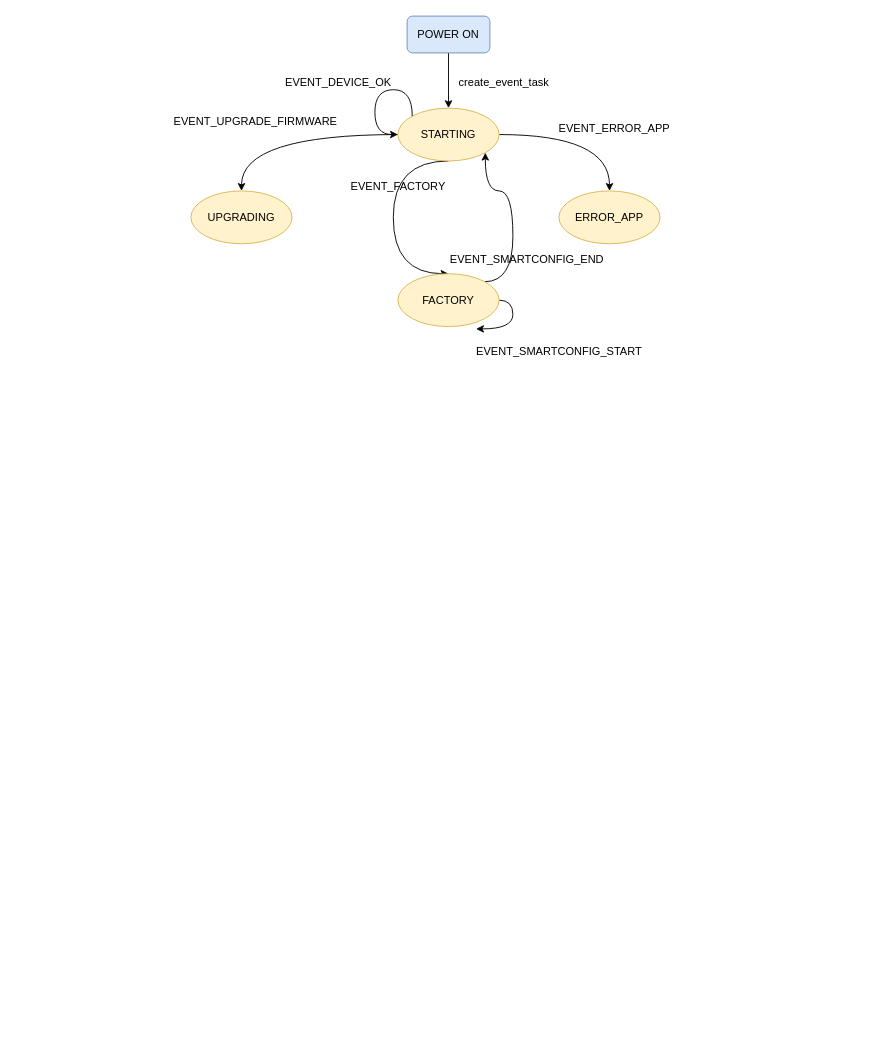
Before: page "DIAGRAMA DE ESTADOS" (2 of 2) of flujo_aplicacion.drawio in r126401/IotOnOff, a draw.io diagram. Source tidied: cells renumbered, new cells numbered last; positions are measured from the earlier drawing's top-left corner, leaving out a move shared by most shapes. Both pictures are drawn from the tidied source at 92%, with x=0, y=0 at pixel (163, 16).
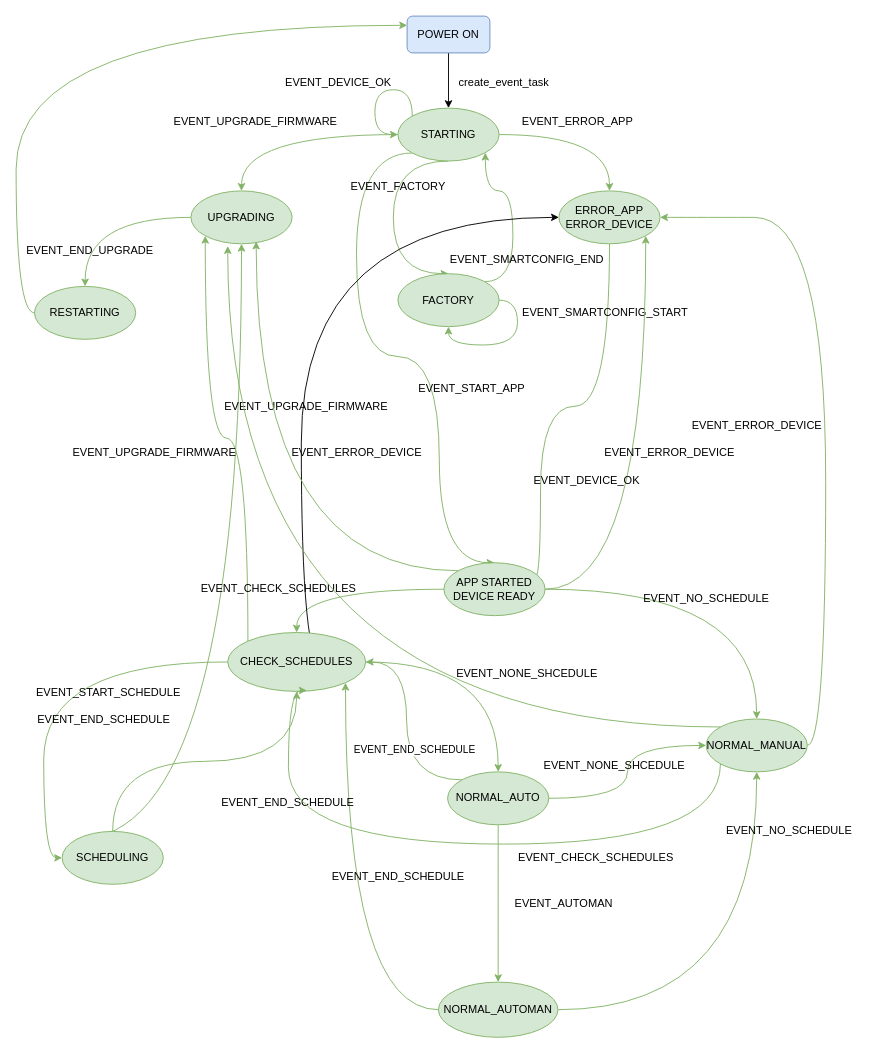
The same diagram, later.

The change refers to these unchanged cells:
```xml
<mxCell id="3" value="POWER ON" style="rounded=1;whiteSpace=wrap;html=1;fillColor=#dae8fc;strokeColor=#6c8ebf;" parent="1" vertex="1">
  <mxGeometry x="265" width="90" height="40" as="geometry" />
</mxCell>
```

What changed in the source:
```diff
@@
-    <mxCell id="4" style="edgeStyle=orthogonalEdgeStyle;rounded=0;jettySize=auto;html=1;exitX=1;exitY=0.5;exitDx=0;exitDy=0;curved=1;" parent="1" edge="1" source="7" target="8">
+    <mxCell id="4" style="edgeStyle=orthogonalEdgeStyle;rounded=0;jettySize=auto;html=1;exitX=1;exitY=0.5;exitDx=0;exitDy=0;curved=1;fillColor=#d5e8d4;strokeColor=#82b366;" parent="1" edge="1" source="7" target="8">
       <mxGeometry relative="1" as="geometry" />
     </mxCell>
-    <mxCell id="5" style="edgeStyle=orthogonalEdgeStyle;rounded=0;jettySize=auto;html=1;exitX=0;exitY=0.5;exitDx=0;exitDy=0;entryX=0.5;entryY=0;entryDx=0;entryDy=0;curved=1;" parent="1" edge="1" source="7" target="13">
+    <mxCell id="5" style="edgeStyle=orthogonalEdgeStyle;rounded=0;jettySize=auto;html=1;exitX=0;exitY=0.5;exitDx=0;exitDy=0;entryX=0.5;entryY=0;entryDx=0;entryDy=0;curved=1;fillColor=#d5e8d4;strokeColor=#82b366;" parent="1" edge="1" source="7" target="13">
       <mxGeometry relative="1" as="geometry" />
     </mxCell>
-    <mxCell id="6" style="edgeStyle=orthogonalEdgeStyle;rounded=0;jettySize=auto;html=1;exitX=0.5;exitY=1;exitDx=0;exitDy=0;entryX=0.5;entryY=0;entryDx=0;entryDy=0;curved=1;" parent="1" edge="1" source="7" target="17">
+    <mxCell id="6" style="edgeStyle=orthogonalEdgeStyle;rounded=0;jettySize=auto;html=1;exitX=0.5;exitY=1;exitDx=0;exitDy=0;entryX=0.5;entryY=0;entryDx=0;entryDy=0;curved=1;fillColor=#d5e8d4;strokeColor=#82b366;" parent="1" edge="1" source="7" target="17">
       <mxGeometry relative="1" as="geometry">
         <Array as="points">
           <mxPoint x="250" y="158" />
           <mxPoint x="250" y="280" />
         </Array>
       </mxGeometry>
     </mxCell>
+    <mxCell id="21" style="edgeStyle=orthogonalEdgeStyle;rounded=0;jettySize=auto;html=1;exitX=0;exitY=1;exitDx=0;exitDy=0;entryX=0.5;entryY=0;entryDx=0;entryDy=0;curved=1;fillColor=#d5e8d4;strokeColor=#82b366;" parent="1" edge="1" source="7" target="28">
+      <mxGeometry relative="1" as="geometry">
+        <Array as="points">
+          <mxPoint x="210" y="149" />
+          <mxPoint x="210" y="370" />
+          <mxPoint x="300" y="370" />
+        </Array>
+      </mxGeometry>
+    </mxCell>
-    <mxCell id="7" value="STARTING" style="ellipse;whiteSpace=wrap;html=1;fillColor=#fff2cc;strokeColor=#d6b656;" parent="1" vertex="1">
+    <mxCell id="7" value="STARTING" style="ellipse;whiteSpace=wrap;html=1;fillColor=#d5e8d4;strokeColor=#82b366;" parent="1" vertex="1">
       <mxGeometry x="255" y="100" width="110" height="57.5" as="geometry" />
     </mxCell>
+    <mxCell id="22" style="edgeStyle=orthogonalEdgeStyle;rounded=0;jettySize=auto;html=1;exitX=0.5;exitY=1;exitDx=0;exitDy=0;entryX=1;entryY=0;entryDx=0;entryDy=0;curved=1;fillColor=#d5e8d4;strokeColor=#82b366;" parent="1" edge="1" source="8" target="28">
+      <mxGeometry relative="1" as="geometry">
+        <Array as="points">
+          <mxPoint x="485" y="424" />
+          <mxPoint x="410" y="424" />
+          <mxPoint x="410" y="609" />
+        </Array>
+      </mxGeometry>
+    </mxCell>
-    <mxCell id="8" value="ERROR_APP" style="ellipse;whiteSpace=wrap;html=1;fillColor=#fff2cc;strokeColor=#d6b656;" parent="1" vertex="1">
+    <mxCell id="8" value="ERROR_APP&lt;div&gt;ERROR_DEVICE&lt;/div&gt;" style="ellipse;whiteSpace=wrap;html=1;fillColor=#d5e8d4;strokeColor=#82b366;" parent="1" vertex="1">
       <mxGeometry x="430" y="190" width="110" height="57.5" as="geometry" />
     </mxCell>
@@
     <mxCell id="10" value="EVENT_ERROR_APP" style="text;html=1;align=center;verticalAlign=middle;strokeColor=none;fillColor=none;" parent="1" vertex="1">
-      <mxGeometry x="420" y="108" width="140" height="30" as="geometry" />
+      <mxGeometry x="380" y="100" width="140" height="30" as="geometry" />
     </mxCell>
-    <mxCell id="11" style="edgeStyle=orthogonalEdgeStyle;rounded=0;orthogonalLoop=1;jettySize=auto;html=1;exitX=0;exitY=0;exitDx=0;exitDy=0;entryX=0;entryY=0.5;entryDx=0;entryDy=0;curved=1;" parent="1" edge="1" source="7" target="7">
+    <mxCell id="11" style="edgeStyle=orthogonalEdgeStyle;rounded=0;orthogonalLoop=1;jettySize=auto;html=1;exitX=0;exitY=0;exitDx=0;exitDy=0;entryX=0;entryY=0.5;entryDx=0;entryDy=0;curved=1;fillColor=#d5e8d4;strokeColor=#82b366;" parent="1" edge="1" source="7" target="7">
       <mxGeometry relative="1" as="geometry">
         <Array as="points">
           <mxPoint x="271" y="80" />
           <mxPoint x="230" y="80" />
           <mxPoint x="230" y="129" />
         </Array>
       </mxGeometry>
     </mxCell>
@@
+    <mxCell id="23" style="edgeStyle=orthogonalEdgeStyle;rounded=0;jettySize=auto;html=1;exitX=0;exitY=0.5;exitDx=0;exitDy=0;entryX=0.5;entryY=0;entryDx=0;entryDy=0;curved=1;fillColor=#d5e8d4;strokeColor=#82b366;" parent="1" edge="1" source="13" target="59">
+      <mxGeometry relative="1" as="geometry" />
+    </mxCell>
-    <mxCell id="13" value="UPGRADING" style="ellipse;whiteSpace=wrap;html=1;fillColor=#fff2cc;strokeColor=#d6b656;" parent="1" vertex="1">
+    <mxCell id="13" value="UPGRADING" style="ellipse;whiteSpace=wrap;html=1;fillColor=#d5e8d4;strokeColor=#82b366;" parent="1" vertex="1">
       <mxGeometry x="30" y="190" width="110" height="57.5" as="geometry" />
     </mxCell>
@@
-    <mxCell id="15" style="edgeStyle=orthogonalEdgeStyle;rounded=0;jettySize=auto;html=1;exitX=1;exitY=0.5;exitDx=0;exitDy=0;curved=1;" parent="1" edge="1" source="17">
-      <mxGeometry relative="1" as="geometry">
-        <mxPoint x="340" y="340" as="targetPoint" />
-        <Array as="points">
-          <mxPoint x="380" y="309" />
-          <mxPoint x="380" y="340" />
-        </Array>
-      </mxGeometry>
-    </mxCell>
-    <mxCell id="16" style="edgeStyle=orthogonalEdgeStyle;rounded=0;jettySize=auto;html=1;exitX=1;exitY=0;exitDx=0;exitDy=0;curved=1;" parent="1" edge="1" source="17" target="7">
+    <mxCell id="16" style="edgeStyle=orthogonalEdgeStyle;rounded=0;jettySize=auto;html=1;exitX=1;exitY=0;exitDx=0;exitDy=0;curved=1;fillColor=#d5e8d4;strokeColor=#82b366;" parent="1" edge="1" source="17" target="7">
       <mxGeometry relative="1" as="geometry">
         <Array as="points">
           <mxPoint x="380" y="289" />
           <mxPoint x="380" y="190" />
           <mxPoint x="350" y="190" />
         </Array>
       </mxGeometry>
     </mxCell>
-    <mxCell id="17" value="FACTORY" style="ellipse;whiteSpace=wrap;html=1;fillColor=#fff2cc;strokeColor=#d6b656;" parent="1" vertex="1">
+    <mxCell id="17" value="FACTORY" style="ellipse;whiteSpace=wrap;html=1;fillColor=#d5e8d4;strokeColor=#82b366;" parent="1" vertex="1">
       <mxGeometry x="255" y="280" width="110" height="57.5" as="geometry" />
     </mxCell>
@@
     <mxCell id="20" value="EVENT_SMARTCONFIG_START" style="text;html=1;align=center;verticalAlign=middle;strokeColor=none;fillColor=none;" parent="1" vertex="1">
-      <mxGeometry x="330" y="350" width="200" height="30" as="geometry" />
+      <mxGeometry x="380" y="307.5" width="200" height="30" as="geometry" />
     </mxCell>
+    <mxCell id="24" style="edgeStyle=orthogonalEdgeStyle;rounded=0;orthogonalLoop=1;jettySize=auto;html=1;exitX=1;exitY=0.5;exitDx=0;exitDy=0;entryX=0.5;entryY=1;entryDx=0;entryDy=0;curved=1;fillColor=#d5e8d4;strokeColor=#82b366;" parent="1" edge="1" source="17" target="17">
+      <mxGeometry relative="1" as="geometry" />
+    </mxCell>
+    <mxCell id="25" style="edgeStyle=orthogonalEdgeStyle;rounded=0;jettySize=auto;html=1;exitX=0;exitY=0.5;exitDx=0;exitDy=0;entryX=0.5;entryY=0;entryDx=0;entryDy=0;curved=1;fillColor=#d5e8d4;strokeColor=#82b366;" parent="1" edge="1" source="28" target="47">
+      <mxGeometry relative="1" as="geometry" />
+    </mxCell>
+    <mxCell id="26" style="edgeStyle=orthogonalEdgeStyle;rounded=0;jettySize=auto;html=1;exitX=1;exitY=0.5;exitDx=0;exitDy=0;entryX=0.5;entryY=0;entryDx=0;entryDy=0;curved=1;fillColor=#d5e8d4;strokeColor=#82b366;" parent="1" edge="1" source="28" target="42">
+      <mxGeometry relative="1" as="geometry" />
+    </mxCell>
+    <mxCell id="27" style="edgeStyle=orthogonalEdgeStyle;rounded=0;jettySize=auto;html=1;exitX=1;exitY=0.5;exitDx=0;exitDy=0;entryX=1;entryY=1;entryDx=0;entryDy=0;curved=1;fillColor=#d5e8d4;strokeColor=#82b366;" parent="1" edge="1" source="28" target="8">
+      <mxGeometry relative="1" as="geometry" />
+    </mxCell>
+    <mxCell id="28" value="APP STARTED&lt;div&gt;DEVICE READY&lt;/div&gt;" style="ellipse;whiteSpace=wrap;html=1;fillColor=#d5e8d4;strokeColor=#82b366;" parent="1" vertex="1">
+      <mxGeometry x="305" y="594.2" width="110" height="57.5" as="geometry" />
+    </mxCell>
+    <mxCell id="29" value="EVENT_START_APP" style="text;html=1;align=center;verticalAlign=middle;strokeColor=none;fillColor=none;" parent="1" vertex="1">
+      <mxGeometry x="265" y="390" width="140" height="30" as="geometry" />
+    </mxCell>
+    <mxCell id="30" style="edgeStyle=orthogonalEdgeStyle;rounded=0;jettySize=auto;html=1;exitX=0.5;exitY=0;exitDx=0;exitDy=0;entryX=0.5;entryY=1;entryDx=0;entryDy=0;curved=1;fillColor=#d5e8d4;strokeColor=#82b366;" parent="1" edge="1" source="32" target="47">
+      <mxGeometry relative="1" as="geometry" />
+    </mxCell>
+    <mxCell id="31" style="edgeStyle=orthogonalEdgeStyle;rounded=0;jettySize=auto;html=1;exitX=0;exitY=0;exitDx=0;exitDy=0;curved=1;fillColor=#d5e8d4;strokeColor=#82b366;" parent="1" edge="1" source="32" target="13">
+      <mxGeometry relative="1" as="geometry" />
+    </mxCell>
+    <mxCell id="32" value="SCHEDULING" style="ellipse;whiteSpace=wrap;html=1;fillColor=#d5e8d4;strokeColor=#82b366;" parent="1" vertex="1">
+      <mxGeometry x="-110" y="886.2" width="110" height="57.5" as="geometry" />
+    </mxCell>
+    <mxCell id="33" style="edgeStyle=orthogonalEdgeStyle;rounded=0;jettySize=auto;html=1;exitX=1;exitY=0.5;exitDx=0;exitDy=0;entryX=0;entryY=0.5;entryDx=0;entryDy=0;curved=1;fillColor=#d5e8d4;strokeColor=#82b366;" parent="1" edge="1" source="37" target="42">
+      <mxGeometry relative="1" as="geometry" />
+    </mxCell>
+    <mxCell id="34" style="edgeStyle=orthogonalEdgeStyle;rounded=0;jettySize=auto;html=1;exitX=0.5;exitY=1;exitDx=0;exitDy=0;entryX=0.5;entryY=0;entryDx=0;entryDy=0;curved=1;fillColor=#d5e8d4;strokeColor=#82b366;" parent="1" edge="1" source="37" target="40">
+      <mxGeometry relative="1" as="geometry" />
+    </mxCell>
+    <mxCell id="35" style="edgeStyle=orthogonalEdgeStyle;rounded=0;jettySize=auto;html=1;exitX=0;exitY=0;exitDx=0;exitDy=0;entryX=1;entryY=0.5;entryDx=0;entryDy=0;curved=1;fillColor=#d5e8d4;strokeColor=#82b366;" parent="1" edge="1" source="37" target="47">
+      <mxGeometry relative="1" as="geometry" />
+    </mxCell>
+    <mxCell id="36" value="EVENT_END_SCHEDULE" style="edgeLabel;html=1;align=center;verticalAlign=middle;" parent="35" vertex="1">
+      <mxGeometry x="-0.33" y="-8" relative="1" as="geometry">
+        <mxPoint y="-15" as="offset" />
+      </mxGeometry>
+    </mxCell>
+    <mxCell id="37" value="NORMAL_AUTO" style="ellipse;whiteSpace=wrap;html=1;fillColor=#d5e8d4;strokeColor=#82b366;" parent="1" vertex="1">
+      <mxGeometry x="309" y="821.5" width="110" height="57.5" as="geometry" />
+    </mxCell>
+    <mxCell id="38" style="edgeStyle=orthogonalEdgeStyle;rounded=0;jettySize=auto;html=1;exitX=1;exitY=0.5;exitDx=0;exitDy=0;entryX=0.5;entryY=1;entryDx=0;entryDy=0;curved=1;fillColor=#d5e8d4;strokeColor=#82b366;" parent="1" edge="1" source="40" target="42">
+      <mxGeometry relative="1" as="geometry" />
+    </mxCell>
+    <mxCell id="39" style="edgeStyle=orthogonalEdgeStyle;rounded=0;jettySize=auto;html=1;exitX=0;exitY=0.5;exitDx=0;exitDy=0;entryX=1;entryY=1;entryDx=0;entryDy=0;curved=1;fillColor=#d5e8d4;strokeColor=#82b366;" parent="1" edge="1" source="40" target="47">
+      <mxGeometry relative="1" as="geometry" />
+    </mxCell>
+    <mxCell id="40" value="NORMAL_AUTOMAN" style="ellipse;whiteSpace=wrap;html=1;fillColor=#d5e8d4;strokeColor=#82b366;" parent="1" vertex="1">
+      <mxGeometry x="299" y="1050" width="130" height="60" as="geometry" />
+    </mxCell>
+    <mxCell id="41" style="edgeStyle=orthogonalEdgeStyle;rounded=0;jettySize=auto;html=1;exitX=1;exitY=0.5;exitDx=0;exitDy=0;entryX=1;entryY=0.5;entryDx=0;entryDy=0;curved=1;fillColor=#d5e8d4;strokeColor=#82b366;" parent="1" edge="1" source="42" target="8">
+      <mxGeometry relative="1" as="geometry" />
+    </mxCell>
+    <mxCell id="42" value="NORMAL_MANUAL" style="ellipse;whiteSpace=wrap;html=1;fillColor=#d5e8d4;strokeColor=#82b366;" parent="1" vertex="1">
+      <mxGeometry x="590" y="764" width="110" height="57.5" as="geometry" />
+    </mxCell>
+    <mxCell id="43" style="edgeStyle=orthogonalEdgeStyle;rounded=0;jettySize=auto;html=1;exitX=1;exitY=0.5;exitDx=0;exitDy=0;entryX=0.5;entryY=0;entryDx=0;entryDy=0;curved=1;fillColor=#d5e8d4;strokeColor=#82b366;" parent="1" edge="1" source="47" target="37">
+      <mxGeometry relative="1" as="geometry" />
+    </mxCell>
+    <mxCell id="44" style="edgeStyle=orthogonalEdgeStyle;rounded=0;jettySize=auto;html=1;exitX=0;exitY=0.5;exitDx=0;exitDy=0;entryX=0;entryY=0.5;entryDx=0;entryDy=0;curved=1;fillColor=#d5e8d4;strokeColor=#82b366;" parent="1" edge="1" source="47" target="32">
+      <mxGeometry relative="1" as="geometry" />
+    </mxCell>
+    <mxCell id="45" style="edgeStyle=orthogonalEdgeStyle;rounded=0;jettySize=auto;html=1;exitX=0;exitY=0;exitDx=0;exitDy=0;entryX=0;entryY=1;entryDx=0;entryDy=0;curved=1;fillColor=#d5e8d4;strokeColor=#82b366;" parent="1" edge="1" source="47" target="13">
+      <mxGeometry relative="1" as="geometry" />
+    </mxCell>
+    <mxCell id="46" style="edgeStyle=orthogonalEdgeStyle;rounded=0;jettySize=auto;html=1;exitX=1;exitY=0;exitDx=0;exitDy=0;entryX=0;entryY=0.5;entryDx=0;entryDy=0;curved=1;" parent="1" edge="1" source="47" target="8">
+      <mxGeometry relative="1" as="geometry">
+        <Array as="points">
+          <mxPoint x="150" y="709" />
+          <mxPoint x="150" y="219" />
+        </Array>
+      </mxGeometry>
+    </mxCell>
+    <mxCell id="47" value="CHECK_SCHEDULES" style="ellipse;whiteSpace=wrap;html=1;fillColor=#d5e8d4;strokeColor=#82b366;" parent="1" vertex="1">
+      <mxGeometry x="70" y="670" width="150" height="64" as="geometry" />
+    </mxCell>
+    <mxCell id="48" value="EVENT_START_SCHEDULE" style="text;html=1;align=center;verticalAlign=middle;strokeColor=none;fillColor=none;" parent="1" vertex="1">
+      <mxGeometry x="-150" y="720" width="180" height="30" as="geometry" />
+    </mxCell>
+    <mxCell id="49" value="EVENT_END_SCHEDULE" style="text;html=1;align=center;verticalAlign=middle;strokeColor=none;fillColor=none;" parent="1" vertex="1">
+      <mxGeometry x="50" y="840" width="170" height="30" as="geometry" />
+    </mxCell>
+    <mxCell id="50" value="EVENT_NONE_SHCEDULE" style="text;html=1;align=center;verticalAlign=middle;strokeColor=none;fillColor=none;" parent="1" vertex="1">
+      <mxGeometry x="305" y="700" width="180" height="30" as="geometry" />
+    </mxCell>
+    <mxCell id="51" value="EVENT_CHECK_SCHEDULES" style="text;html=1;align=center;verticalAlign=middle;strokeColor=none;fillColor=none;" parent="1" vertex="1">
+      <mxGeometry x="30" y="608" width="190" height="30" as="geometry" />
+    </mxCell>
+    <mxCell id="52" value="EVENT_NO_SCHEDULE" style="text;html=1;align=center;verticalAlign=middle;strokeColor=none;fillColor=none;" parent="1" vertex="1">
+      <mxGeometry x="510" y="618" width="160" height="30" as="geometry" />
+    </mxCell>
+    <mxCell id="53" value="EVENT_NO_SCHEDULE" style="text;html=1;align=center;verticalAlign=middle;strokeColor=none;fillColor=none;" parent="1" vertex="1">
+      <mxGeometry x="600" y="870" width="160" height="30" as="geometry" />
+    </mxCell>
+    <mxCell id="54" value="EVENT_NONE_SHCEDULE" style="text;html=1;align=center;verticalAlign=middle;strokeColor=none;fillColor=none;" parent="1" vertex="1">
+      <mxGeometry x="400" y="800" width="180" height="30" as="geometry" />
+    </mxCell>
+    <mxCell id="55" value="EVENT_AUTOMAN" style="text;html=1;align=center;verticalAlign=middle;strokeColor=none;fillColor=none;" parent="1" vertex="1">
+      <mxGeometry x="370" y="950" width="130" height="30" as="geometry" />
+    </mxCell>
+    <mxCell id="56" value="EVENT_END_SCHEDULE" style="text;html=1;align=center;verticalAlign=middle;strokeColor=none;fillColor=none;" parent="1" vertex="1">
+      <mxGeometry x="170" y="920" width="170" height="30" as="geometry" />
+    </mxCell>
+    <mxCell id="57" value="EVENT_UPGRADE_FIRMWARE" style="text;html=1;align=center;verticalAlign=middle;strokeColor=none;fillColor=none;" parent="1" vertex="1">
+      <mxGeometry x="55" y="410" width="200" height="30" as="geometry" />
+    </mxCell>
+    <mxCell id="58" style="edgeStyle=orthogonalEdgeStyle;rounded=0;jettySize=auto;html=1;exitX=0;exitY=0.5;exitDx=0;exitDy=0;entryX=0;entryY=0.25;entryDx=0;entryDy=0;curved=1;fillColor=#d5e8d4;strokeColor=#82b366;" parent="1" edge="1" source="59" target="3">
+      <mxGeometry relative="1" as="geometry" />
+    </mxCell>
+    <mxCell id="59" value="RESTARTING" style="ellipse;whiteSpace=wrap;html=1;fillColor=#d5e8d4;strokeColor=#82b366;" parent="1" vertex="1">
+      <mxGeometry x="-140" y="293.8" width="110" height="57.5" as="geometry" />
+    </mxCell>
+    <mxCell id="60" value="EVENT_END_UPGRADE" style="text;html=1;align=center;verticalAlign=middle;strokeColor=none;fillColor=none;" parent="1" vertex="1">
+      <mxGeometry x="-160" y="240" width="160" height="30" as="geometry" />
+    </mxCell>
+    <mxCell id="61" value="EVENT_ERROR_DEVICE" style="text;html=1;align=center;verticalAlign=middle;strokeColor=none;fillColor=none;" parent="1" vertex="1">
+      <mxGeometry x="565" y="430" width="160" height="30" as="geometry" />
+    </mxCell>
+    <mxCell id="62" value="EVENT_DEVICE_OK" style="text;html=1;align=center;verticalAlign=middle;strokeColor=none;fillColor=none;" parent="1" vertex="1">
+      <mxGeometry x="390" y="490" width="140" height="30" as="geometry" />
+    </mxCell>
+    <mxCell id="63" value="EVENT_ERROR_DEVICE" style="text;html=1;align=center;verticalAlign=middle;strokeColor=none;fillColor=none;" parent="1" vertex="1">
+      <mxGeometry x="470" y="460" width="160" height="30" as="geometry" />
+    </mxCell>
+    <mxCell id="64" style="edgeStyle=orthogonalEdgeStyle;rounded=0;jettySize=auto;html=1;exitX=0;exitY=0;exitDx=0;exitDy=0;entryX=0.645;entryY=0.957;entryDx=0;entryDy=0;entryPerimeter=0;curved=1;fillColor=#d5e8d4;strokeColor=#82b366;" parent="1" edge="1" source="28" target="13">
+      <mxGeometry relative="1" as="geometry" />
+    </mxCell>
+    <mxCell id="65" style="edgeStyle=orthogonalEdgeStyle;rounded=0;jettySize=auto;html=1;exitX=0;exitY=0;exitDx=0;exitDy=0;entryX=0.364;entryY=1.043;entryDx=0;entryDy=0;entryPerimeter=0;curved=1;fillColor=#d5e8d4;strokeColor=#82b366;" parent="1" edge="1" source="42" target="13">
+      <mxGeometry relative="1" as="geometry" />
+    </mxCell>
+    <mxCell id="66" value="EVENT_CHECK_SCHEDULES" style="text;html=1;align=center;verticalAlign=middle;strokeColor=none;fillColor=none;" parent="1" vertex="1">
+      <mxGeometry x="375" y="900" width="190" height="30" as="geometry" />
+    </mxCell>
+    <mxCell id="67" style="edgeStyle=orthogonalEdgeStyle;rounded=0;jettySize=auto;html=1;exitX=0;exitY=1;exitDx=0;exitDy=0;entryX=0.573;entryY=0.984;entryDx=0;entryDy=0;entryPerimeter=0;curved=1;fillColor=#d5e8d4;strokeColor=#82b366;" parent="1" edge="1" source="42" target="47">
+      <mxGeometry relative="1" as="geometry">
+        <Array as="points">
+          <mxPoint x="606" y="900" />
+          <mxPoint x="136" y="900" />
+        </Array>
+      </mxGeometry>
+    </mxCell>
+    <mxCell id="68" value="EVENT_UPGRADE_FIRMWARE" style="text;html=1;align=center;verticalAlign=middle;strokeColor=none;fillColor=none;" parent="1" vertex="1">
+      <mxGeometry x="-110" y="460" width="200" height="30" as="geometry" />
+    </mxCell>
+    <mxCell id="69" value="EVENT_ERROR_DEVICE" style="text;html=1;align=center;verticalAlign=middle;strokeColor=none;fillColor=none;" parent="1" vertex="1">
+      <mxGeometry x="130" y="460" width="160" height="30" as="geometry" />
+    </mxCell>
+    <mxCell id="70" value="EVENT_END_SCHEDULE" style="text;html=1;align=center;verticalAlign=middle;strokeColor=none;fillColor=none;" parent="1" vertex="1">
+      <mxGeometry x="-150" y="750" width="170" height="30" as="geometry" />
+    </mxCell>
```
